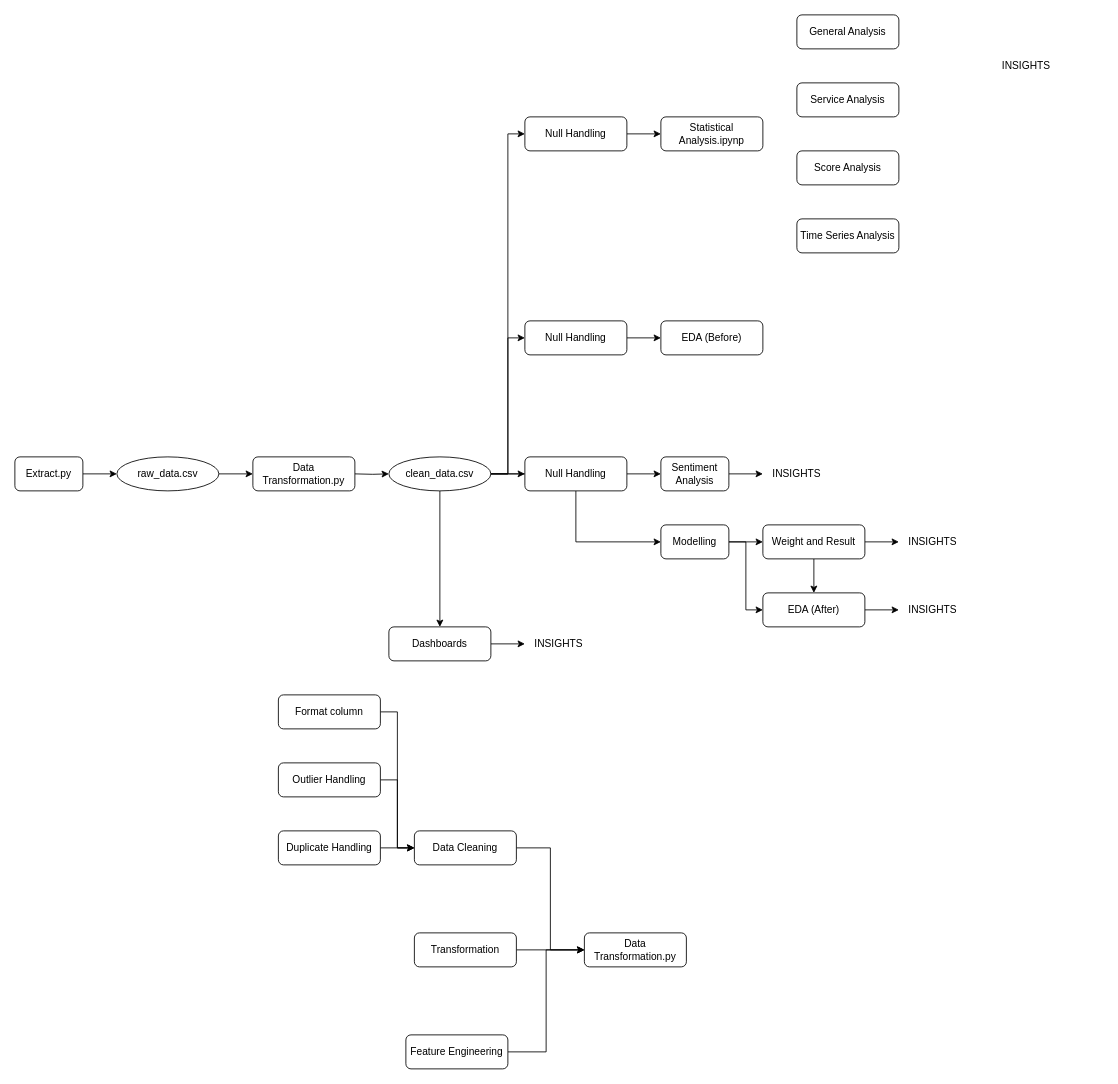
Above: Flow Chart.drawio in MarkPhamm/British-Airway (draw.io), before the change. Source tidied: cells renumbered, new cells numbered last; positions are measured from the earlier drawing's top-left corner, leaving out a move shared by most shapes. Both pictures are drawn from the tidied source at 85%, with x=0, y=0 at pixel (14, 14).
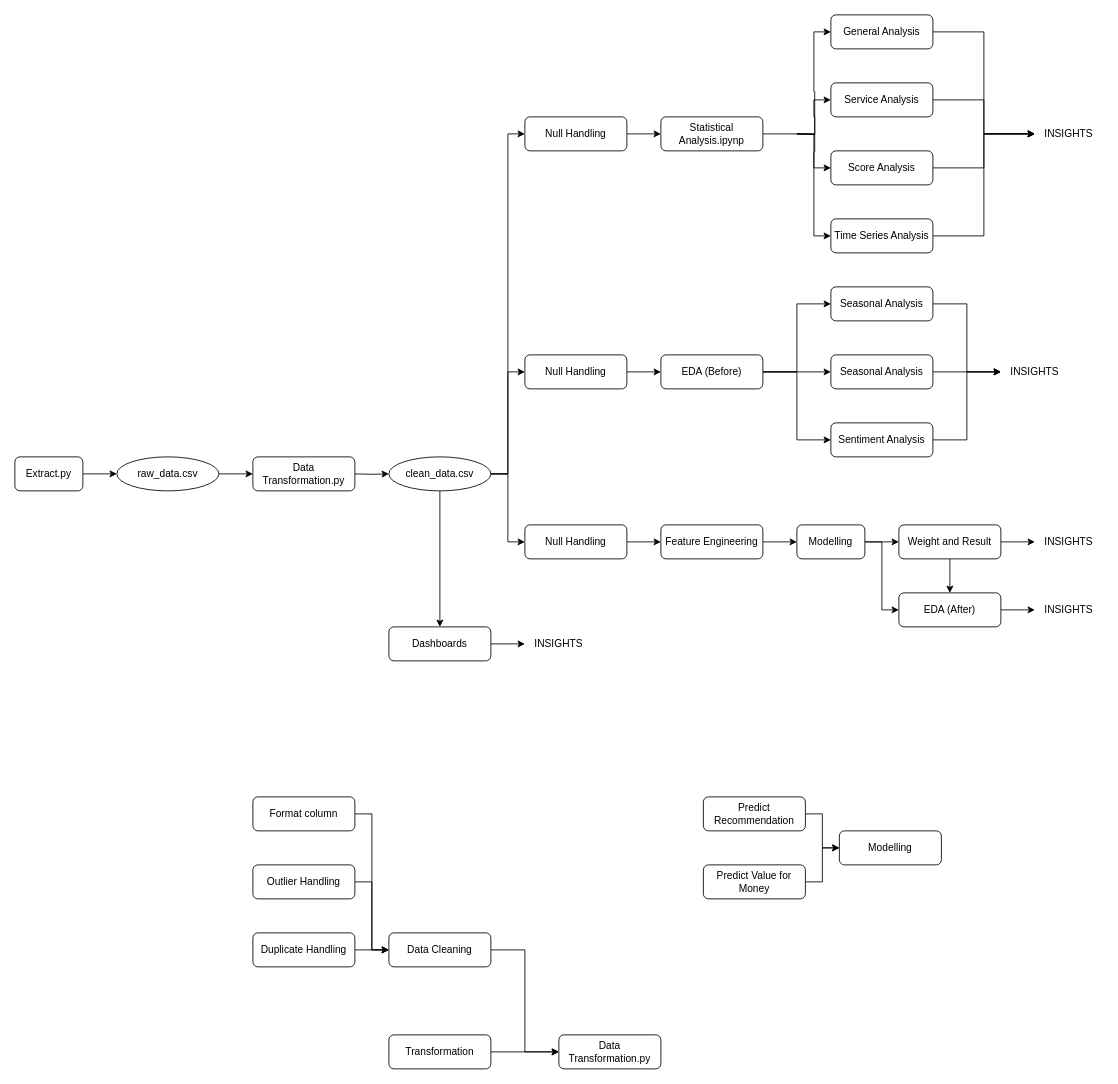
After the change.

Unchanged cells that the change refers to:
```xml
<mxCell id="11" value="clean_data.csv" style="ellipse;whiteSpace=wrap;html=1;rounded=1;glass=0;strokeWidth=1;shadow=0;" parent="1" vertex="1">
  <mxGeometry x="440" y="520" width="120" height="40" as="geometry" />
</mxCell>
<mxCell id="12" value="Statistical Analysis.ipynp" style="rounded=1;whiteSpace=wrap;html=1;fontSize=12;glass=0;strokeWidth=1;shadow=0;" parent="1" vertex="1">
  <mxGeometry x="760" y="120" width="120" height="40" as="geometry" />
</mxCell>
```

What changed in the source:
```diff
@@
-    <mxCell id="8" style="edgeStyle=orthogonalEdgeStyle;rounded=0;jettySize=auto;html=1;entryX=0;entryY=0.5;entryDx=0;entryDy=0;" parent="1" edge="1" source="44" target="14">
+    <mxCell id="8" style="edgeStyle=orthogonalEdgeStyle;rounded=0;jettySize=auto;html=1;entryX=0;entryY=0.5;entryDx=0;entryDy=0;exitX=1;exitY=0.5;exitDx=0;exitDy=0;" parent="1" edge="1" source="48" target="14">
       <mxGeometry relative="1" as="geometry" />
     </mxCell>
-    <mxCell id="9" style="edgeStyle=orthogonalEdgeStyle;rounded=0;jettySize=auto;html=1;exitX=1;exitY=0.5;exitDx=0;exitDy=0;entryX=0;entryY=0.5;entryDx=0;entryDy=0;" parent="1" edge="1" source="11" target="17">
+    <mxCell id="9" style="edgeStyle=orthogonalEdgeStyle;rounded=0;jettySize=auto;html=1;entryX=0;entryY=0.5;entryDx=0;entryDy=0;" parent="1" edge="1" source="36" target="17">
       <mxGeometry relative="1" as="geometry" />
     </mxCell>
@@
+    <mxCell id="56" style="edgeStyle=orthogonalEdgeStyle;rounded=0;jettySize=auto;html=1;exitX=1;exitY=0.5;exitDx=0;exitDy=0;entryX=0;entryY=0.5;entryDx=0;entryDy=0;" parent="1" edge="1" target="55">
+      <mxGeometry relative="1" as="geometry">
+        <mxPoint x="920" y="140" as="sourcePoint" />
+      </mxGeometry>
+    </mxCell>
+    <mxCell id="57" style="edgeStyle=orthogonalEdgeStyle;rounded=0;jettySize=auto;html=1;entryX=0;entryY=0.5;entryDx=0;entryDy=0;" parent="1" edge="1" target="52">
+      <mxGeometry relative="1" as="geometry">
+        <mxPoint x="920" y="140" as="sourcePoint" />
+      </mxGeometry>
+    </mxCell>
+    <mxCell id="58" style="edgeStyle=orthogonalEdgeStyle;rounded=0;jettySize=auto;html=1;entryX=0;entryY=0.5;entryDx=0;entryDy=0;" parent="1" edge="1" target="53">
+      <mxGeometry relative="1" as="geometry">
+        <mxPoint x="920" y="140" as="sourcePoint" />
+      </mxGeometry>
+    </mxCell>
+    <mxCell id="59" style="edgeStyle=orthogonalEdgeStyle;rounded=0;jettySize=auto;html=1;entryX=0;entryY=0.5;entryDx=0;entryDy=0;exitX=1;exitY=0.5;exitDx=0;exitDy=0;" parent="1" edge="1" source="12" target="54">
+      <mxGeometry relative="1" as="geometry">
+        <Array as="points">
+          <mxPoint x="940" y="140" />
+          <mxPoint x="940" y="260" />
+        </Array>
+      </mxGeometry>
+    </mxCell>
@@
-    <mxCell id="13" style="edgeStyle=orthogonalEdgeStyle;rounded=0;jettySize=auto;html=1;" parent="1" edge="1" source="14" target="26">
+    <mxCell id="13" style="edgeStyle=orthogonalEdgeStyle;rounded=0;jettySize=auto;html=1;entryX=0;entryY=0.5;entryDx=0;entryDy=0;" parent="1" edge="1" source="14" target="26">
       <mxGeometry relative="1" as="geometry" />
     </mxCell>
     <mxCell id="14" value="Sentiment Analysis" style="rounded=1;whiteSpace=wrap;html=1;fontSize=12;glass=0;strokeWidth=1;shadow=0;" parent="1" vertex="1">
-      <mxGeometry x="760" y="520" width="80" height="40" as="geometry" />
+      <mxGeometry x="960" y="480" width="120" height="40" as="geometry" />
     </mxCell>
@@
     <mxCell id="17" value="Modelling" style="rounded=1;whiteSpace=wrap;html=1;fontSize=12;glass=0;strokeWidth=1;shadow=0;" parent="1" vertex="1">
-      <mxGeometry x="760" y="600" width="80" height="40" as="geometry" />
+      <mxGeometry x="920" y="600" width="80" height="40" as="geometry" />
     </mxCell>
@@
     <mxCell id="19" value="EDA (After)" style="rounded=1;whiteSpace=wrap;html=1;fontSize=12;glass=0;strokeWidth=1;shadow=0;" parent="1" vertex="1">
-      <mxGeometry x="880" y="680" width="120" height="40" as="geometry" />
+      <mxGeometry x="1040" y="680" width="120" height="40" as="geometry" />
     </mxCell>
@@
     <mxCell id="22" value="Weight and Result" style="rounded=1;whiteSpace=wrap;html=1;" parent="1" vertex="1">
-      <mxGeometry x="880" y="600" width="120" height="40" as="geometry" />
+      <mxGeometry x="1040" y="600" width="120" height="40" as="geometry" />
     </mxCell>
@@
     <mxCell id="25" value="INSIGHTS" style="text;html=1;align=center;verticalAlign=middle;whiteSpace=wrap;rounded=0;" parent="1" vertex="1">
-      <mxGeometry x="1150" y="40" width="80" height="40" as="geometry" />
+      <mxGeometry x="1200" y="120" width="80" height="40" as="geometry" />
     </mxCell>
-    <mxCell id="26" value="INSIGHTS" style="text;html=1;align=center;verticalAlign=middle;whiteSpace=wrap;rounded=0;" parent="1" vertex="1">
-      <mxGeometry x="880" y="520" width="80" height="40" as="geometry" />
-    </mxCell>
     <mxCell id="27" value="INSIGHTS" style="text;html=1;align=center;verticalAlign=middle;whiteSpace=wrap;rounded=0;" parent="1" vertex="1">
-      <mxGeometry x="1040" y="600" width="80" height="40" as="geometry" />
+      <mxGeometry x="1200" y="600" width="80" height="40" as="geometry" />
     </mxCell>
@@
     <mxCell id="29" value="INSIGHTS" style="text;html=1;align=center;verticalAlign=middle;whiteSpace=wrap;rounded=0;" parent="1" vertex="1">
-      <mxGeometry x="1040" y="680" width="80" height="40" as="geometry" />
+      <mxGeometry x="1200" y="680" width="80" height="40" as="geometry" />
     </mxCell>
     <mxCell id="30" value="Data Transformation.py" style="rounded=1;whiteSpace=wrap;html=1;glass=0;strokeWidth=1;shadow=0;" parent="1" vertex="1">
-      <mxGeometry x="670" y="1080" width="120" height="40" as="geometry" />
+      <mxGeometry x="640" y="1200" width="120" height="40" as="geometry" />
     </mxCell>
@@
     <mxCell id="32" value="Data Cleaning" style="rounded=1;whiteSpace=wrap;html=1;glass=0;strokeWidth=1;shadow=0;" parent="1" vertex="1">
-      <mxGeometry x="470" y="960" width="120" height="40" as="geometry" />
+      <mxGeometry x="440" y="1080" width="120" height="40" as="geometry" />
     </mxCell>
@@
     <mxCell id="34" value="Transformation" style="rounded=1;whiteSpace=wrap;html=1;glass=0;strokeWidth=1;shadow=0;" parent="1" vertex="1">
-      <mxGeometry x="470" y="1080" width="120" height="40" as="geometry" />
+      <mxGeometry x="440" y="1200" width="120" height="40" as="geometry" />
     </mxCell>
-    <mxCell id="35" style="edgeStyle=orthogonalEdgeStyle;rounded=0;jettySize=auto;html=1;entryX=0;entryY=0.5;entryDx=0;entryDy=0;" parent="1" edge="1" source="36" target="30">
-      <mxGeometry relative="1" as="geometry" />
-    </mxCell>
-    <mxCell id="36" value="Feature Engineering" style="rounded=1;whiteSpace=wrap;html=1;glass=0;strokeWidth=1;shadow=0;" parent="1" vertex="1">
-      <mxGeometry x="460" y="1200" width="120" height="40" as="geometry" />
-    </mxCell>
@@
     <mxCell id="38" value="Format column" style="rounded=1;whiteSpace=wrap;html=1;glass=0;strokeWidth=1;shadow=0;" parent="1" vertex="1">
-      <mxGeometry x="310" y="800" width="120" height="40" as="geometry" />
+      <mxGeometry x="280" y="920" width="120" height="40" as="geometry" />
     </mxCell>
@@
     <mxCell id="40" value="Outlier Handling" style="rounded=1;whiteSpace=wrap;html=1;glass=0;strokeWidth=1;shadow=0;" parent="1" vertex="1">
-      <mxGeometry x="310" y="880" width="120" height="40" as="geometry" />
+      <mxGeometry x="280" y="1000" width="120" height="40" as="geometry" />
     </mxCell>
@@
     <mxCell id="42" value="Duplicate Handling" style="rounded=1;whiteSpace=wrap;html=1;glass=0;strokeWidth=1;shadow=0;" parent="1" vertex="1">
-      <mxGeometry x="310" y="960" width="120" height="40" as="geometry" />
+      <mxGeometry x="280" y="1080" width="120" height="40" as="geometry" />
     </mxCell>
-    <mxCell id="43" style="edgeStyle=orthogonalEdgeStyle;rounded=0;jettySize=auto;html=1;entryX=0;entryY=0.5;entryDx=0;entryDy=0;" parent="1" edge="1" source="11" target="44">
-      <mxGeometry relative="1" as="geometry" />
-    </mxCell>
-    <mxCell id="44" value="Null Handling" style="rounded=1;whiteSpace=wrap;html=1;glass=0;strokeWidth=1;shadow=0;" parent="1" vertex="1">
-      <mxGeometry x="600" y="520" width="120" height="40" as="geometry" />
-    </mxCell>
@@
+    <mxCell id="60" style="edgeStyle=orthogonalEdgeStyle;rounded=0;jettySize=auto;html=1;" parent="1" edge="1" source="48" target="68">
+      <mxGeometry relative="1" as="geometry" />
+    </mxCell>
+    <mxCell id="61" style="edgeStyle=orthogonalEdgeStyle;rounded=0;jettySize=auto;html=1;entryX=0;entryY=0.5;entryDx=0;entryDy=0;" parent="1" edge="1" source="48" target="70">
+      <mxGeometry relative="1" as="geometry" />
+    </mxCell>
     <mxCell id="48" value="EDA (Before)" style="rounded=1;whiteSpace=wrap;html=1;fontSize=12;glass=0;strokeWidth=1;shadow=0;" parent="1" vertex="1">
-      <mxGeometry x="760" y="360" width="120" height="40" as="geometry" />
+      <mxGeometry x="760" y="400" width="120" height="40" as="geometry" />
     </mxCell>
@@
     <mxCell id="50" value="Null Handling" style="rounded=1;whiteSpace=wrap;html=1;glass=0;strokeWidth=1;shadow=0;" parent="1" vertex="1">
-      <mxGeometry x="600" y="360" width="120" height="40" as="geometry" />
+      <mxGeometry x="600" y="400" width="120" height="40" as="geometry" />
     </mxCell>
@@
+    <mxCell id="62" style="edgeStyle=orthogonalEdgeStyle;rounded=0;jettySize=auto;html=1;entryX=0;entryY=0.5;entryDx=0;entryDy=0;" parent="1" edge="1" source="52" target="25">
+      <mxGeometry relative="1" as="geometry" />
+    </mxCell>
     <mxCell id="52" value="Service Analysis" style="rounded=1;whiteSpace=wrap;html=1;" parent="1" vertex="1">
-      <mxGeometry x="920" y="80" width="120" height="40" as="geometry" />
+      <mxGeometry x="960" y="80" width="120" height="40" as="geometry" />
     </mxCell>
+    <mxCell id="63" style="edgeStyle=orthogonalEdgeStyle;rounded=0;jettySize=auto;html=1;entryX=0;entryY=0.5;entryDx=0;entryDy=0;" parent="1" edge="1" source="53" target="25">
+      <mxGeometry relative="1" as="geometry" />
+    </mxCell>
     <mxCell id="53" value="Score Analysis" style="rounded=1;whiteSpace=wrap;html=1;" parent="1" vertex="1">
-      <mxGeometry x="920" y="160" width="120" height="40" as="geometry" />
+      <mxGeometry x="960" y="160" width="120" height="40" as="geometry" />
     </mxCell>
+    <mxCell id="64" style="edgeStyle=orthogonalEdgeStyle;rounded=0;jettySize=auto;html=1;entryX=0;entryY=0.5;entryDx=0;entryDy=0;" parent="1" edge="1" source="54" target="25">
+      <mxGeometry relative="1" as="geometry" />
+    </mxCell>
     <mxCell id="54" value="Time Series Analysis" style="rounded=1;whiteSpace=wrap;html=1;" parent="1" vertex="1">
-      <mxGeometry x="920" y="240" width="120" height="40" as="geometry" />
+      <mxGeometry x="960" y="240" width="120" height="40" as="geometry" />
     </mxCell>
+    <mxCell id="65" style="edgeStyle=orthogonalEdgeStyle;rounded=0;jettySize=auto;html=1;entryX=0;entryY=0.5;entryDx=0;entryDy=0;" parent="1" edge="1" source="55" target="25">
+      <mxGeometry relative="1" as="geometry" />
+    </mxCell>
     <mxCell id="55" value="General Analysis" style="rounded=1;whiteSpace=wrap;html=1;" parent="1" vertex="1">
-      <mxGeometry x="920" width="120" height="40" as="geometry" />
+      <mxGeometry x="960" width="120" height="40" as="geometry" />
     </mxCell>
+    <mxCell id="66" style="edgeStyle=orthogonalEdgeStyle;rounded=0;jettySize=auto;html=1;exitX=1;exitY=0.5;exitDx=0;exitDy=0;entryX=0;entryY=0.5;entryDx=0;entryDy=0;" parent="1" edge="1" source="44" target="36">
+      <mxGeometry relative="1" as="geometry" />
+    </mxCell>
+    <mxCell id="36" value="Feature Engineering" style="rounded=1;whiteSpace=wrap;html=1;" parent="1" vertex="1">
+      <mxGeometry x="760" y="600" width="120" height="40" as="geometry" />
+    </mxCell>
+    <mxCell id="67" style="edgeStyle=orthogonalEdgeStyle;rounded=0;jettySize=auto;html=1;" parent="1" edge="1" source="68" target="26">
+      <mxGeometry relative="1" as="geometry" />
+    </mxCell>
+    <mxCell id="68" value="Seasonal Analysis" style="rounded=1;whiteSpace=wrap;html=1;fontSize=12;glass=0;strokeWidth=1;shadow=0;" parent="1" vertex="1">
+      <mxGeometry x="960" y="400" width="120" height="40" as="geometry" />
+    </mxCell>
+    <mxCell id="69" style="edgeStyle=orthogonalEdgeStyle;rounded=0;jettySize=auto;html=1;entryX=0;entryY=0.5;entryDx=0;entryDy=0;" parent="1" edge="1" source="70" target="26">
+      <mxGeometry relative="1" as="geometry" />
+    </mxCell>
+    <mxCell id="70" value="Seasonal Analysis" style="rounded=1;whiteSpace=wrap;html=1;fontSize=12;glass=0;strokeWidth=1;shadow=0;" parent="1" vertex="1">
+      <mxGeometry x="960" y="320" width="120" height="40" as="geometry" />
+    </mxCell>
+    <mxCell id="26" value="INSIGHTS" style="text;html=1;align=center;verticalAlign=middle;whiteSpace=wrap;rounded=0;" parent="1" vertex="1">
+      <mxGeometry x="1160" y="400" width="80" height="40" as="geometry" />
+    </mxCell>
+    <mxCell id="43" style="edgeStyle=orthogonalEdgeStyle;rounded=0;jettySize=auto;html=1;exitX=1;exitY=0.5;exitDx=0;exitDy=0;entryX=0;entryY=0.5;entryDx=0;entryDy=0;" parent="1" edge="1" source="11" target="44">
+      <mxGeometry relative="1" as="geometry" />
+    </mxCell>
+    <mxCell id="44" value="Null Handling" style="rounded=1;whiteSpace=wrap;html=1;" parent="1" vertex="1">
+      <mxGeometry x="600" y="600" width="120" height="40" as="geometry" />
+    </mxCell>
+    <mxCell id="71" style="edgeStyle=orthogonalEdgeStyle;rounded=0;jettySize=auto;html=1;entryX=0;entryY=0.5;entryDx=0;entryDy=0;" parent="1" edge="1" source="72" target="75">
+      <mxGeometry relative="1" as="geometry" />
+    </mxCell>
+    <mxCell id="72" value="Predict Recommendation" style="rounded=1;whiteSpace=wrap;html=1;" parent="1" vertex="1">
+      <mxGeometry x="810" y="920" width="120" height="40" as="geometry" />
+    </mxCell>
+    <mxCell id="73" style="edgeStyle=orthogonalEdgeStyle;rounded=0;jettySize=auto;html=1;" parent="1" edge="1" source="74" target="75">
+      <mxGeometry relative="1" as="geometry" />
+    </mxCell>
+    <mxCell id="74" value="Predict Value for Money" style="rounded=1;whiteSpace=wrap;html=1;" parent="1" vertex="1">
+      <mxGeometry x="810" y="1000" width="120" height="40" as="geometry" />
+    </mxCell>
+    <mxCell id="75" value="Modelling" style="rounded=1;whiteSpace=wrap;html=1;" parent="1" vertex="1">
+      <mxGeometry x="970" y="960" width="120" height="40" as="geometry" />
+    </mxCell>
```
